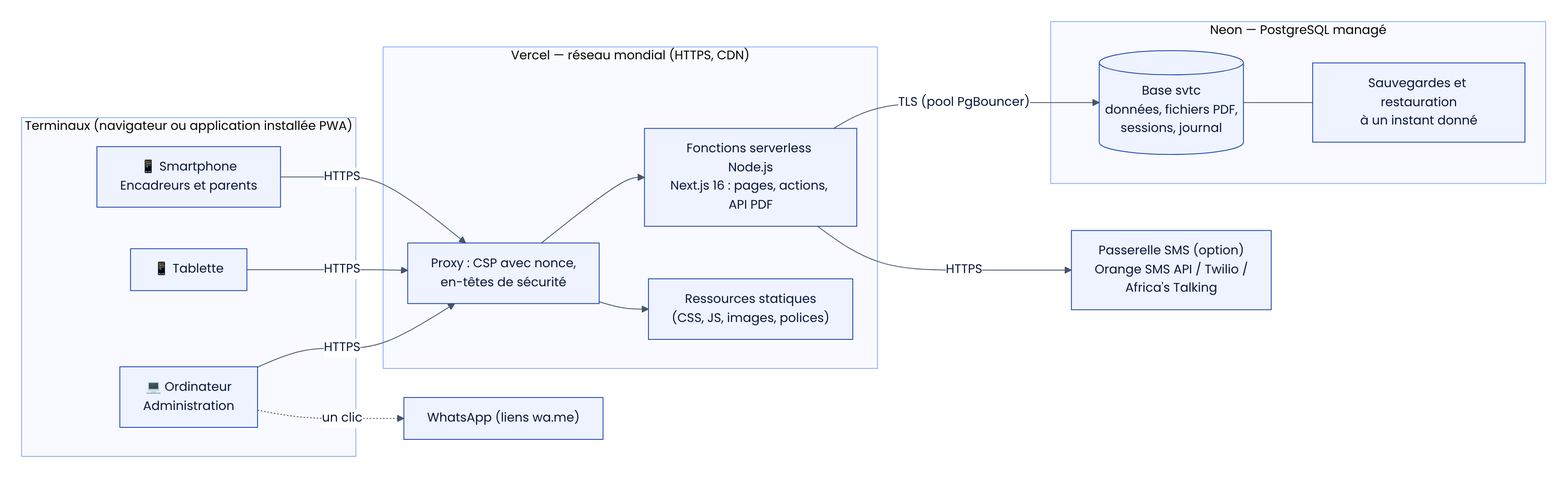
The Mermaid diagram svtc/docs/uml/11_deploiement.png in ANDJE30/MY_WORLD, before a commit. Its source is kept beside it as svtc/docs/uml/11_deploiement.mmd. Its diagram source:
```mermaid
flowchart LR
  subgraph Clients["Terminaux (navigateur ou application installée PWA)"]
    PC["💻 Ordinateur<br/>Administration"]
    TAB["📱 Tablette"]
    TEL["📱 Smartphone<br/>Encadreurs et parents"]
  end
  subgraph Vercel["Vercel — réseau mondial (HTTPS, CDN)"]
    EDGE["Proxy : CSP avec nonce,<br/>en-têtes de sécurité"]
    FN["Fonctions serverless Node.js<br/>Next.js 16 : pages, actions, API PDF"]
    ST["Ressources statiques<br/>(CSS, JS, images, polices)"]
  end
  subgraph Neon["Neon — PostgreSQL managé"]
    DB[("Base svtc<br/>données, fichiers PDF,<br/>sessions, journal")]
    BK["Sauvegardes et restauration<br/>à un instant donné"]
  end
  SMS["Passerelle SMS (option)<br/>Orange SMS API / Twilio /<br/>Africa's Talking"]
  WA["WhatsApp (liens wa.me)"]
  PC & TAB & TEL -- "HTTPS" --> EDGE
  EDGE --> FN
  EDGE --> ST
  FN -- "TLS (pool PgBouncer)" --> DB
  DB --- BK
  FN -- "HTTPS" --> SMS
  PC -. "un clic" .-> WA
```
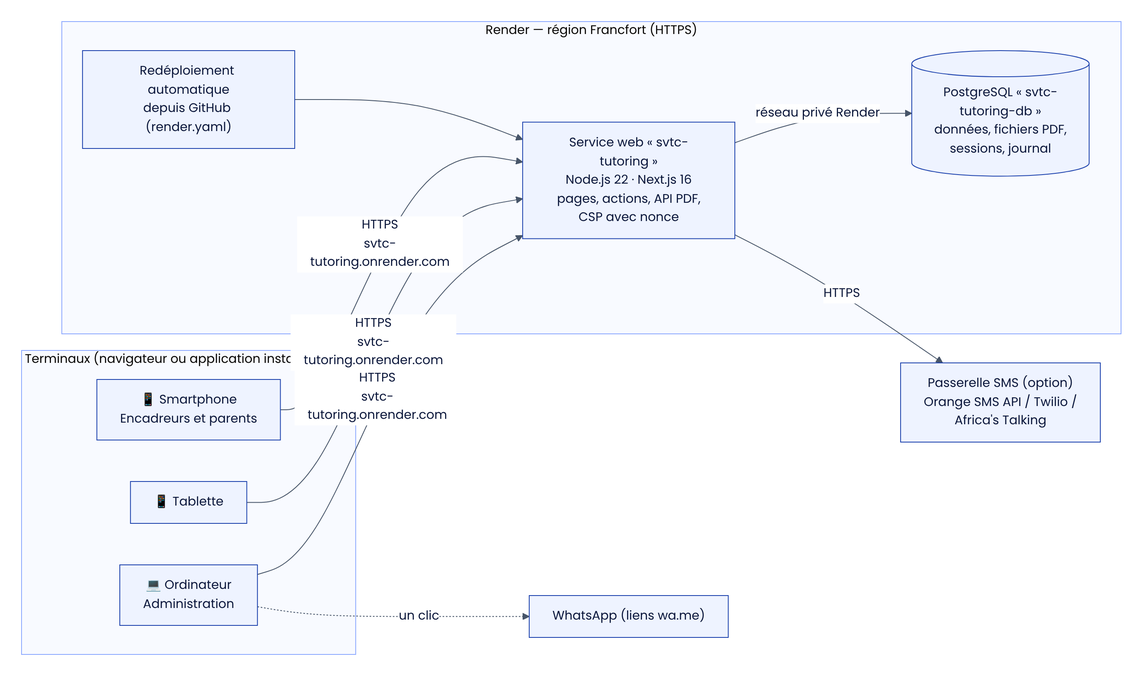
After the commit.

Diff of the diagram source:
```diff
@@ -4,21 +4,15 @@
     TAB["📱 Tablette"]
     TEL["📱 Smartphone<br/>Encadreurs et parents"]
   end
-  subgraph Vercel["Vercel — réseau mondial (HTTPS, CDN)"]
-    EDGE["Proxy : CSP avec nonce,<br/>en-têtes de sécurité"]
-    FN["Fonctions serverless Node.js<br/>Next.js 16 : pages, actions, API PDF"]
-    ST["Ressources statiques<br/>(CSS, JS, images, polices)"]
-  end
-  subgraph Neon["Neon — PostgreSQL managé"]
-    DB[("Base svtc<br/>données, fichiers PDF,<br/>sessions, journal")]
-    BK["Sauvegardes et restauration<br/>à un instant donné"]
+  subgraph Render["Render — région Francfort (HTTPS)"]
+    WEB["Service web « svtc-tutoring »<br/>Node.js 22 · Next.js 16<br/>pages, actions, API PDF,<br/>CSP avec nonce"]
+    DB[("PostgreSQL « svtc-tutoring-db »<br/>données, fichiers PDF,<br/>sessions, journal")]
+    GH["Redéploiement automatique<br/>depuis GitHub (render.yaml)"]
   end
   SMS["Passerelle SMS (option)<br/>Orange SMS API / Twilio /<br/>Africa's Talking"]
   WA["WhatsApp (liens wa.me)"]
-  PC & TAB & TEL -- "HTTPS" --> EDGE
-  EDGE --> FN
-  EDGE --> ST
-  FN -- "TLS (pool PgBouncer)" --> DB
-  DB --- BK
-  FN -- "HTTPS" --> SMS
+  PC & TAB & TEL -- "HTTPS<br/>svtc-tutoring.onrender.com" --> WEB
+  WEB -- "réseau privé Render" --> DB
+  GH --> WEB
+  WEB -- "HTTPS" --> SMS
   PC -. "un clic" .-> WA
```
